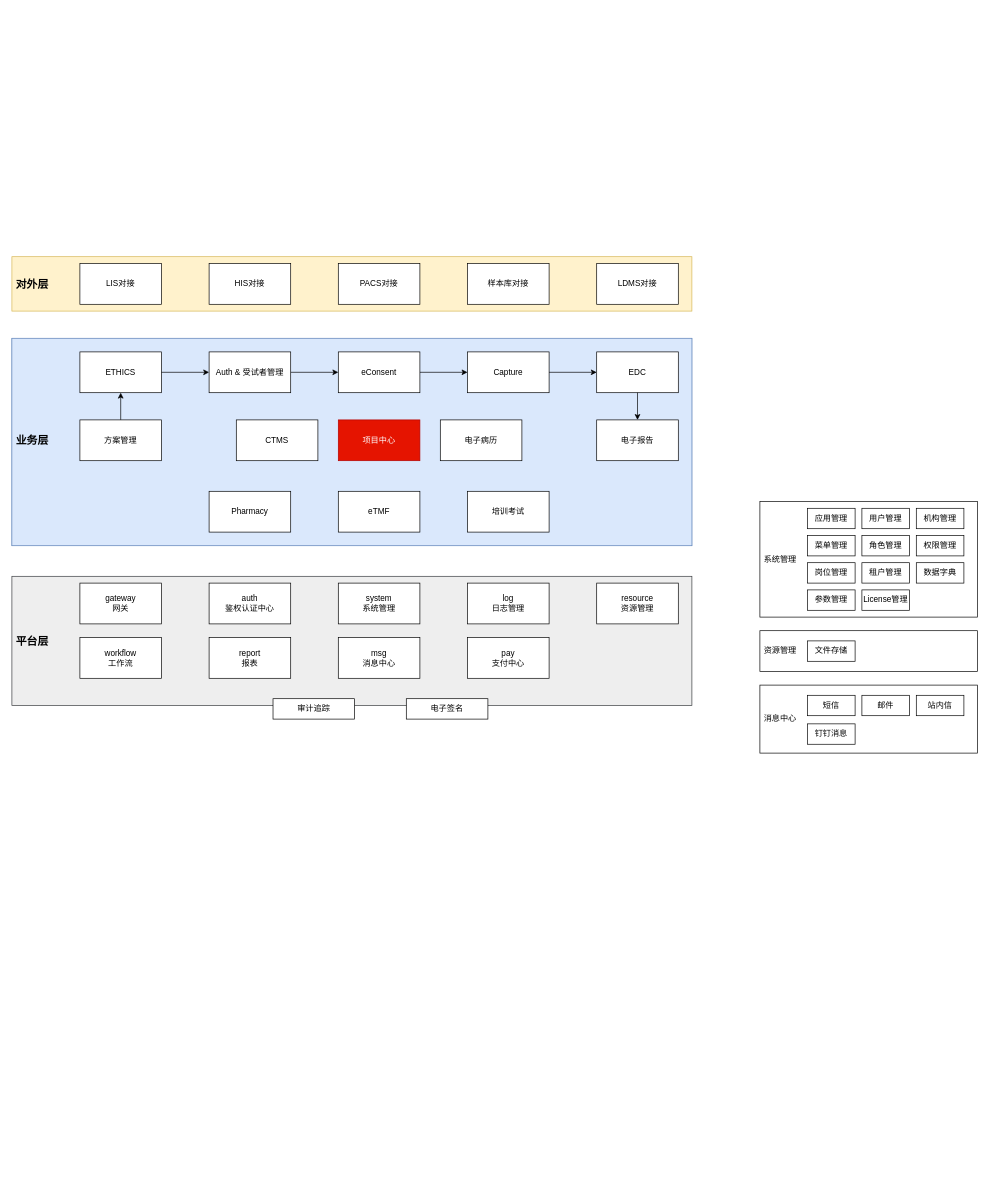
tanhaican/drawio-diagrams keeps this draw.io diagram as 平台一体化.drawio. Above is the earlier version. Source tidied: cells renumbered, new cells numbered last; positions are measured from the earlier drawing's top-left corner, leaving out a move shared by most shapes. Both pictures are drawn from the tidied source at 68%, with x=0, y=0 at pixel (12, 256).
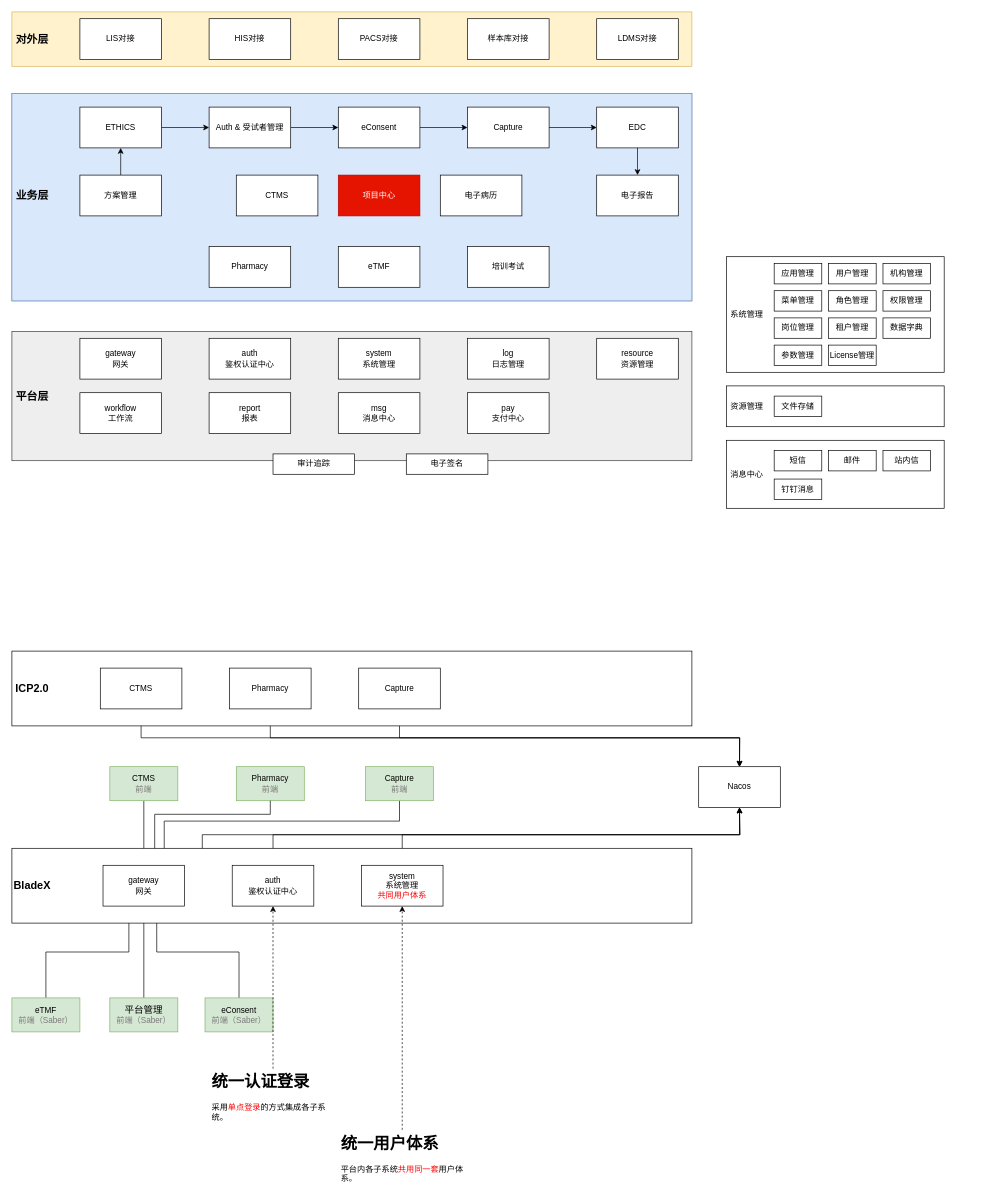
After the change.

Commit message (it also covers changes not shown here):
更新平台一体化.drawio

What changed in the source:
```diff
@@
     <mxCell id="2" style="group;" parent="1" vertex="1">
-      <mxGeometry x="1100" y="550" width="320" height="60" as="geometry" />
+      <mxGeometry x="1051" y="190" width="320" height="60" as="geometry" />
     </mxCell>
@@
     <mxCell id="6" style="group;" parent="1" vertex="1">
-      <mxGeometry x="1100" y="630" width="320" height="100" as="geometry" />
+      <mxGeometry x="1051" y="270" width="320" height="100" as="geometry" />
     </mxCell>
@@
     <mxCell id="13" style="group;" parent="1" vertex="1">
-      <mxGeometry x="1100" y="360" width="320" height="170" as="geometry" />
+      <mxGeometry x="1051" width="320" height="170" as="geometry" />
     </mxCell>
@@
     <mxCell id="27" style="group;" parent="1" vertex="1">
-      <mxGeometry width="1000" height="80" as="geometry" />
+      <mxGeometry y="-360" width="1000" height="80" as="geometry" />
     </mxCell>
@@
     <mxCell id="35" style="group;" parent="1" vertex="1">
-      <mxGeometry y="120" width="1000" height="305" as="geometry" />
+      <mxGeometry y="-240" width="1000" height="305" as="geometry" />
     </mxCell>
@@
     <mxCell id="58" style="group;" parent="1" vertex="1">
-      <mxGeometry y="470" width="1000" height="210" as="geometry" />
+      <mxGeometry y="110" width="1000" height="210" as="geometry" />
     </mxCell>
@@
+    <mxCell id="72" value="Nacos" style="rounded=0;whiteSpace=wrap;html=1;" parent="1" vertex="1">
+      <mxGeometry x="1010" y="750" width="120" height="60" as="geometry" />
+    </mxCell>
+    <mxCell id="73" style="edgeStyle=orthogonalEdgeStyle;rounded=0;jettySize=auto;html=1;exitX=0.5;exitY=1;exitDx=0;exitDy=0;entryX=0.5;entryY=0;entryDx=0;entryDy=0;" parent="1" edge="1" source="94" target="72">
+      <mxGeometry relative="1" as="geometry" />
+    </mxCell>
+    <mxCell id="74" style="edgeStyle=orthogonalEdgeStyle;rounded=0;jettySize=auto;html=1;exitX=0.5;exitY=1;exitDx=0;exitDy=0;" parent="1" edge="1" source="95">
+      <mxGeometry relative="1" as="geometry">
+        <mxPoint x="1070" y="750" as="targetPoint" />
+      </mxGeometry>
+    </mxCell>
+    <mxCell id="75" style="edgeStyle=orthogonalEdgeStyle;rounded=0;jettySize=auto;html=1;exitX=0.5;exitY=1;exitDx=0;exitDy=0;entryX=0.5;entryY=0;entryDx=0;entryDy=0;" parent="1" edge="1" source="96" target="72">
+      <mxGeometry relative="1" as="geometry" />
+    </mxCell>
+    <mxCell id="76" style="edgeStyle=orthogonalEdgeStyle;rounded=0;jettySize=auto;html=1;exitX=1;exitY=0.5;exitDx=0;exitDy=0;" parent="1" edge="1" source="100">
+      <mxGeometry relative="1" as="geometry">
+        <mxPoint x="1070" y="810" as="targetPoint" />
+        <Array as="points">
+          <mxPoint x="280" y="925" />
+          <mxPoint x="280" y="850" />
+          <mxPoint x="1070" y="850" />
+        </Array>
+      </mxGeometry>
+    </mxCell>
+    <mxCell id="77" style="edgeStyle=orthogonalEdgeStyle;rounded=0;jettySize=auto;html=1;exitX=0.5;exitY=0;exitDx=0;exitDy=0;" parent="1" edge="1" source="101">
+      <mxGeometry relative="1" as="geometry">
+        <mxPoint x="1070" y="810" as="targetPoint" />
+        <Array as="points">
+          <mxPoint x="384" y="850" />
+          <mxPoint x="1071" y="850" />
+        </Array>
+      </mxGeometry>
+    </mxCell>
+    <mxCell id="78" style="edgeStyle=orthogonalEdgeStyle;rounded=0;jettySize=auto;html=1;exitX=0.5;exitY=0;exitDx=0;exitDy=0;entryX=0.5;entryY=1;entryDx=0;entryDy=0;" parent="1" edge="1" source="102" target="72">
+      <mxGeometry relative="1" as="geometry">
+        <Array as="points">
+          <mxPoint x="574" y="850" />
+          <mxPoint x="1070" y="850" />
+        </Array>
+      </mxGeometry>
+    </mxCell>
+    <mxCell id="79" style="edgeStyle=orthogonalEdgeStyle;rounded=0;jettySize=auto;html=1;entryX=0.5;entryY=1;entryDx=0;entryDy=0;" parent="1" edge="1" source="80" target="100">
+      <mxGeometry relative="1" as="geometry" />
+    </mxCell>
+    <mxCell id="80" value="&lt;font style=&quot;font-size: 14px;&quot;&gt;平台管理&lt;/font&gt;&lt;br&gt;&lt;font color=&quot;#7c7979&quot;&gt;前端（Saber）&lt;/font&gt;" style="rounded=0;whiteSpace=wrap;html=1;fillColor=#d5e8d4;strokeColor=#82b366;" parent="1" vertex="1">
+      <mxGeometry x="144" y="1090" width="100" height="50" as="geometry" />
+    </mxCell>
+    <mxCell id="81" style="edgeStyle=orthogonalEdgeStyle;rounded=0;jettySize=auto;html=1;exitX=0.5;exitY=0;exitDx=0;exitDy=0;entryX=0.658;entryY=1.05;entryDx=0;entryDy=0;entryPerimeter=0;" parent="1" edge="1" source="82" target="100">
+      <mxGeometry relative="1" as="geometry" />
+    </mxCell>
+    <mxCell id="82" value="eConsent&lt;br&gt;&lt;font color=&quot;#7c7979&quot;&gt;前端（Saber）&lt;/font&gt;" style="rounded=0;whiteSpace=wrap;html=1;fillColor=#d5e8d4;strokeColor=#82b366;" parent="1" vertex="1">
+      <mxGeometry x="284" y="1090" width="100" height="50" as="geometry" />
+    </mxCell>
+    <mxCell id="83" style="edgeStyle=orthogonalEdgeStyle;rounded=0;jettySize=auto;html=1;entryX=0.317;entryY=1.017;entryDx=0;entryDy=0;exitX=0.5;exitY=0;exitDx=0;exitDy=0;entryPerimeter=0;" parent="1" edge="1" source="84" target="100">
+      <mxGeometry relative="1" as="geometry" />
+    </mxCell>
+    <mxCell id="84" value="eTMF&lt;br&gt;&lt;font color=&quot;#7c7979&quot;&gt;前端（Saber）&lt;/font&gt;" style="rounded=0;whiteSpace=wrap;html=1;fillColor=#d5e8d4;strokeColor=#82b366;" parent="1" vertex="1">
+      <mxGeometry y="1090" width="100" height="50" as="geometry" />
+    </mxCell>
+    <mxCell id="85" style="edgeStyle=orthogonalEdgeStyle;rounded=0;jettySize=auto;html=1;exitX=0.5;exitY=1;exitDx=0;exitDy=0;entryX=0.5;entryY=0;entryDx=0;entryDy=0;" parent="1" edge="1" source="86" target="100">
+      <mxGeometry relative="1" as="geometry" />
+    </mxCell>
+    <mxCell id="86" value="CTMS&lt;br&gt;&lt;font color=&quot;#7c7979&quot;&gt;前端&lt;/font&gt;" style="rounded=0;whiteSpace=wrap;html=1;fillColor=#d5e8d4;strokeColor=#82b366;" parent="1" vertex="1">
+      <mxGeometry x="144" y="750" width="100" height="50" as="geometry" />
+    </mxCell>
+    <mxCell id="87" value="Pharmacy&lt;br&gt;&lt;font color=&quot;#7c7979&quot;&gt;前端&lt;/font&gt;" style="rounded=0;whiteSpace=wrap;html=1;fillColor=#d5e8d4;strokeColor=#82b366;" parent="1" vertex="1">
+      <mxGeometry x="330" y="750" width="100" height="50" as="geometry" />
+    </mxCell>
+    <mxCell id="88" style="edgeStyle=orthogonalEdgeStyle;rounded=0;jettySize=auto;html=1;exitX=0.5;exitY=1;exitDx=0;exitDy=0;entryX=0.75;entryY=0;entryDx=0;entryDy=0;" parent="1" edge="1" source="89" target="100">
+      <mxGeometry relative="1" as="geometry">
+        <Array as="points">
+          <mxPoint x="570" y="830" />
+          <mxPoint x="224" y="830" />
+        </Array>
+      </mxGeometry>
+    </mxCell>
+    <mxCell id="89" value="Capture&lt;br&gt;&lt;font color=&quot;#7c7979&quot;&gt;前端&lt;/font&gt;" style="rounded=0;whiteSpace=wrap;html=1;fillColor=#d5e8d4;strokeColor=#82b366;" parent="1" vertex="1">
+      <mxGeometry x="520" y="750" width="100" height="50" as="geometry" />
+    </mxCell>
+    <mxCell id="90" style="edgeStyle=orthogonalEdgeStyle;rounded=0;jettySize=auto;html=1;exitX=0.5;exitY=1;exitDx=0;exitDy=0;entryX=0.633;entryY=-0.017;entryDx=0;entryDy=0;entryPerimeter=0;" parent="1" edge="1" source="87" target="100">
+      <mxGeometry relative="1" as="geometry">
+        <Array as="points">
+          <mxPoint x="380" y="820" />
+          <mxPoint x="210" y="820" />
+        </Array>
+      </mxGeometry>
+    </mxCell>
+    <mxCell id="91" style="group;" parent="1" vertex="1">
+      <mxGeometry y="580" width="1000" height="110" as="geometry" />
+    </mxCell>
+    <mxCell id="92" style="rounded=0;whiteSpace=wrap;html=1;" parent="91" vertex="1">
+      <mxGeometry width="1000" height="110" as="geometry" />
+    </mxCell>
+    <mxCell id="93" value="ICP2.0" style="text;html=1;strokeColor=none;fillColor=none;align=center;verticalAlign=middle;whiteSpace=wrap;rounded=0;fontSize=16;fontStyle=1;" parent="91" vertex="1">
+      <mxGeometry y="40" width="60" height="30" as="geometry" />
+    </mxCell>
+    <mxCell id="94" value="CTMS" style="rounded=0;whiteSpace=wrap;html=1;" parent="91" vertex="1">
+      <mxGeometry x="130" y="25" width="120" height="60" as="geometry" />
+    </mxCell>
+    <mxCell id="95" value="Pharmacy" style="rounded=0;whiteSpace=wrap;html=1;" parent="91" vertex="1">
+      <mxGeometry x="320" y="25" width="120" height="60" as="geometry" />
+    </mxCell>
+    <mxCell id="96" value="Capture" style="rounded=0;whiteSpace=wrap;html=1;" parent="91" vertex="1">
+      <mxGeometry x="510" y="25" width="120" height="60" as="geometry" />
+    </mxCell>
+    <mxCell id="97" style="group;" parent="1" vertex="1">
+      <mxGeometry y="870" width="1000" height="110" as="geometry" />
+    </mxCell>
+    <mxCell id="98" style="rounded=0;whiteSpace=wrap;html=1;" parent="97" vertex="1">
+      <mxGeometry width="1000" height="110" as="geometry" />
+    </mxCell>
+    <mxCell id="99" value="BladeX" style="text;html=1;strokeColor=none;fillColor=none;align=center;verticalAlign=middle;whiteSpace=wrap;rounded=0;fontSize=16;fontStyle=1;" parent="97" vertex="1">
+      <mxGeometry y="40" width="60" height="30" as="geometry" />
+    </mxCell>
+    <mxCell id="100" value="gateway&lt;br&gt;网关" style="rounded=0;whiteSpace=wrap;html=1;" parent="97" vertex="1">
+      <mxGeometry x="134" y="25" width="120" height="60" as="geometry" />
+    </mxCell>
+    <mxCell id="101" value="auth&lt;br&gt;鉴权认证中心" style="rounded=0;whiteSpace=wrap;html=1;" parent="97" vertex="1">
+      <mxGeometry x="324" y="25" width="120" height="60" as="geometry" />
+    </mxCell>
+    <mxCell id="102" value="system&lt;br&gt;系统管理&lt;br&gt;&lt;font color=&quot;#fa0000&quot;&gt;共同用户体系&lt;/font&gt;" style="rounded=0;whiteSpace=wrap;html=1;" parent="97" vertex="1">
+      <mxGeometry x="514" y="25" width="120" height="60" as="geometry" />
+    </mxCell>
+    <mxCell id="103" style="edgeStyle=orthogonalEdgeStyle;rounded=0;jettySize=auto;html=1;exitX=0.5;exitY=0;exitDx=0;exitDy=0;entryX=0.5;entryY=1;entryDx=0;entryDy=0;dashed=1;" parent="1" edge="1" source="104" target="101">
+      <mxGeometry relative="1" as="geometry" />
+    </mxCell>
+    <mxCell id="104" value="&lt;h1&gt;统一认证登录&lt;/h1&gt;&lt;p&gt;采用&lt;font color=&quot;#ff0000&quot;&gt;单点登录&lt;/font&gt;的方式集成各子系统。&lt;/p&gt;" style="text;html=1;strokeColor=none;fillColor=none;spacing=5;spacingTop=-20;whiteSpace=wrap;overflow=hidden;rounded=0;" parent="1" vertex="1">
+      <mxGeometry x="289" y="1194" width="190" height="90" as="geometry" />
+    </mxCell>
+    <mxCell id="105" style="edgeStyle=orthogonalEdgeStyle;rounded=0;jettySize=auto;html=1;dashed=1;" parent="1" edge="1" source="106" target="102">
+      <mxGeometry relative="1" as="geometry" />
+    </mxCell>
+    <mxCell id="106" value="&lt;h1&gt;统一用户体系&lt;/h1&gt;&lt;p&gt;平台内各子系统&lt;font color=&quot;#ff0000&quot;&gt;共用同一套&lt;/font&gt;用户体系。&lt;/p&gt;" style="text;html=1;strokeColor=none;fillColor=none;spacing=5;spacingTop=-20;whiteSpace=wrap;overflow=hidden;rounded=0;" parent="1" vertex="1">
+      <mxGeometry x="479" y="1284" width="190" height="90" as="geometry" />
+    </mxCell>
```
